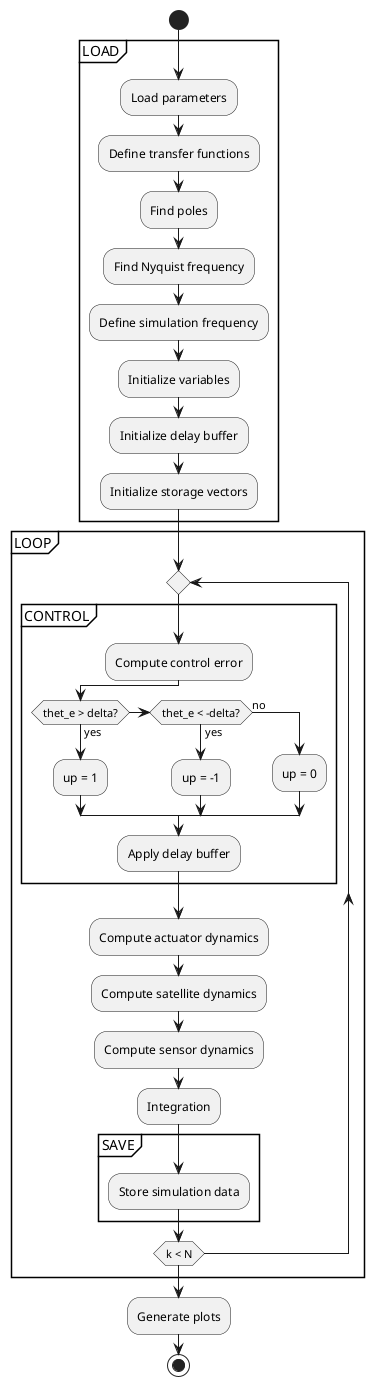
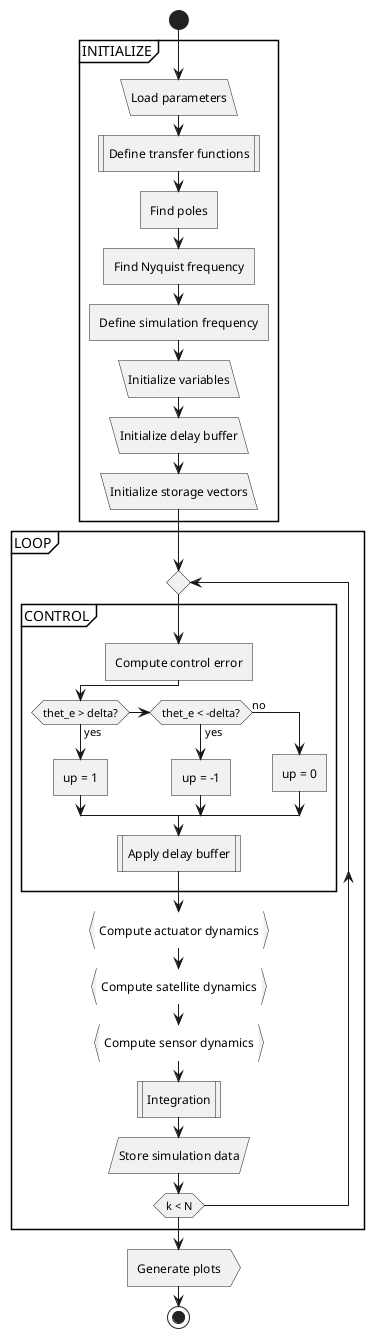
@startuml dynamic_simulation

start

- partition LOAD {
+ partition INITIALIZE {

-     :Load parameters;
-     :Define transfer functions;
-     :Find poles;
-     :Find Nyquist frequency;
-     :Define simulation frequency;
-     :Initialize variables;
-     :Initialize delay buffer;
-     :Initialize storage vectors;
+     :Load parameters; <<load>>
+ 
+     :Define transfer functions; <<procedure>>
+ 
+     :Find poles; <<task>>
+ 
+     :Find Nyquist frequency; <<task>>
+ 
+     :Define simulation frequency; <<task>>
+ 
+     :Initialize variables; <<load>>
+ 
+     :Initialize delay buffer; <<load>>
+ 
+     :Initialize storage vectors; <<load>>

}

partition LOOP {

    repeat

        partition CONTROL {

-             :Compute control error;
+             :Compute control error; <<task>>

            if (thet_e > delta?) then (yes)

-                 :up = 1;
+                 :up = 1; <<task>>

            elseif (thet_e < -delta?) then (yes)

-                 :up = -1;
+                 :up = -1; <<task>>

            else (no)

-                 :up = 0;
+                 :up = 0; <<task>>

            endif

-             :Apply delay buffer;
+             :Apply delay buffer; <<procedure>>

        }

-         :Compute actuator dynamics;
-         :Compute satellite dynamics;
-         :Compute sensor dynamics;
-         :Integration;
+         :Compute actuator dynamics; <<continuous>>

-         partition SAVE {
-             :Store simulation data;
-         }
+         :Compute satellite dynamics; <<continuous>>
+ 
+         :Compute sensor dynamics; <<continuous>>
+ 
+         :Integration; <<procedure>>
+ 
+ 
+         :Store simulation data; <<save>>
+ 

    repeat while (k < N)

}

- :Generate plots;
+ :Generate plots; <<output>>

stop

@enduml